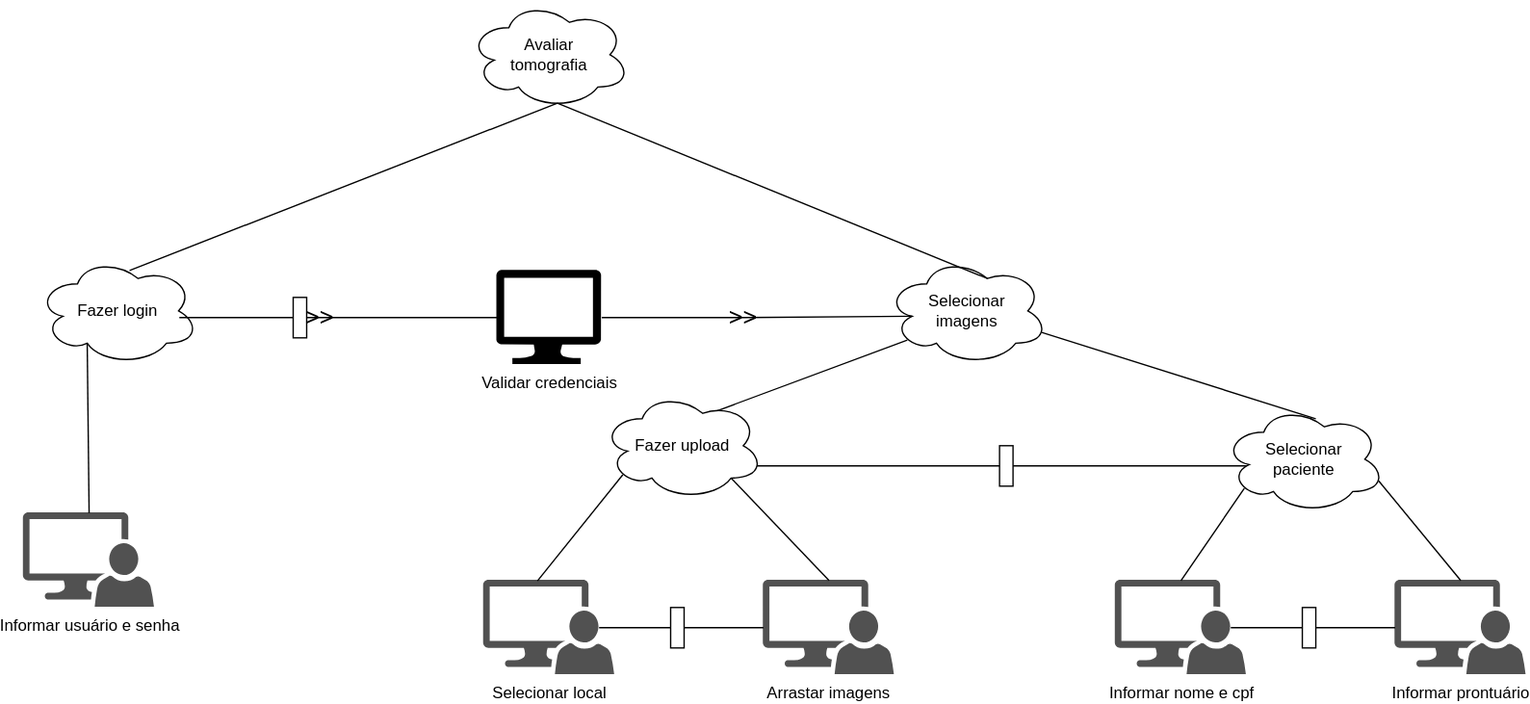
This is assets/05_tarefas/ctt_t01.svg from carvalhosmari/CC8122-Projeto, a draw.io export, as it was before one commit. Source tidied: cells renumbered, new cells last; positions are measured from the earlier drawing's top-left corner, leaving out a move shared by most shapes.
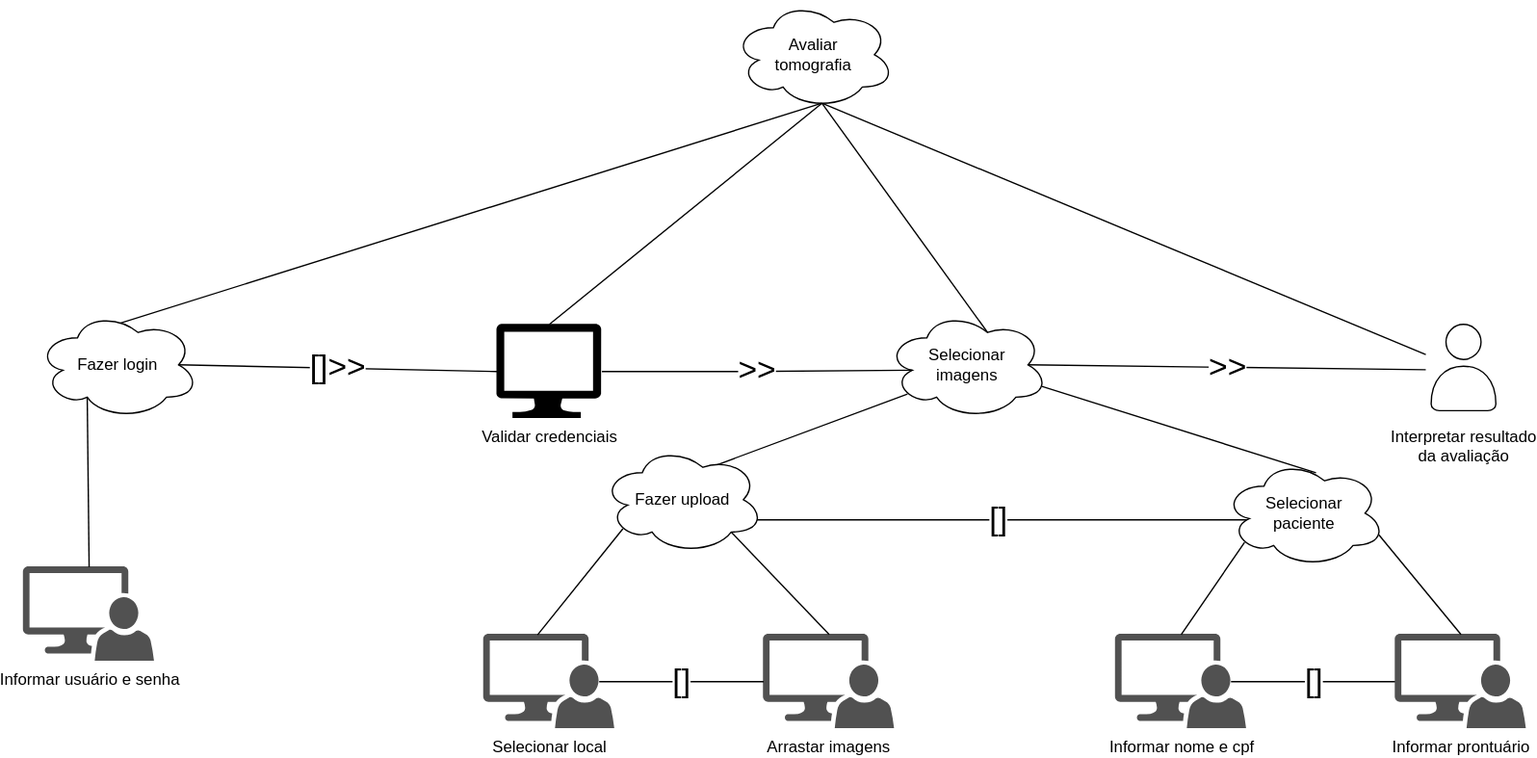
The same file after the commit.

Commit message:
assets: alterando ctt_t01 e removendo ctt_t03

What changed in the source:
```diff
@@ -2,18 +2,21 @@
   <root>
     <mxCell id="0" />
     <mxCell id="1" parent="0" />
-    <mxCell id="2" value="&lt;font style=&quot;font-size: 18px;&quot;&gt;&amp;gt;&amp;gt;&lt;/font&gt;" style="text;html=1;whiteSpace=wrap;strokeColor=none;fillColor=none;align=center;verticalAlign=middle;rounded=0;" parent="1" vertex="1">
-      <mxGeometry x="180" y="215" width="80" height="40" as="geometry" />
-    </mxCell>
+    <mxCell id="36" style="rounded=0;jettySize=auto;html=1;exitX=0.55;exitY=0.95;exitDx=0;exitDy=0;exitPerimeter=0;defaultLabelBackgroundColor=page;endArrow=none;endFill=0;" parent="1" edge="1" source="3" target="40">
+      <mxGeometry relative="1" as="geometry" />
+    </mxCell>
     <mxCell id="3" value="Avaliar&lt;br&gt;tomografia" style="ellipse;shape=cloud;whiteSpace=wrap;html=1;perimeter=cloudPerimeter;" parent="1" vertex="1">
-      <mxGeometry x="330" width="120" height="80" as="geometry" />
+      <mxGeometry x="526.1" y="-40" width="120" height="80" as="geometry" />
     </mxCell>
+    <mxCell id="37" value="&lt;font style=&quot;font-size: 24px;&quot;&gt;&amp;gt;&amp;gt;&lt;/font&gt;" style="rounded=0;jettySize=auto;html=1;exitX=0.875;exitY=0.5;exitDx=0;exitDy=0;exitPerimeter=0;defaultLabelBackgroundColor=page;endArrow=none;endFill=0;" parent="1" edge="1" source="4" target="40">
+      <mxGeometry relative="1" as="geometry" />
+    </mxCell>
     <mxCell id="4" value="Selecionar &lt;br&gt;imagens" style="ellipse;shape=cloud;whiteSpace=wrap;html=1;perimeter=cloudPerimeter;" parent="1" vertex="1">
       <mxGeometry x="640" y="190" width="120" height="80" as="geometry" />
     </mxCell>
     <mxCell id="5" style="rounded=0;jettySize=auto;html=1;exitX=0.55;exitY=0.95;exitDx=0;exitDy=0;exitPerimeter=0;entryX=0.5;entryY=0;entryDx=0;entryDy=0;entryPerimeter=0;defaultLabelBackgroundColor=page;endArrow=none;endFill=0;" parent="1" edge="1" source="3">
       <mxGeometry relative="1" as="geometry">
-        <mxPoint x="78.6" y="200" as="targetPoint" />
+        <mxPoint x="68.6" y="200" as="targetPoint" />
       </mxGeometry>
     </mxCell>
     <mxCell id="6" style="rounded=0;jettySize=auto;html=1;exitX=0.55;exitY=0.95;exitDx=0;exitDy=0;exitPerimeter=0;entryX=0.625;entryY=0.2;entryDx=0;entryDy=0;entryPerimeter=0;defaultLabelBackgroundColor=page;endArrow=none;endFill=0;" parent="1" edge="1" source="3" target="4">
@@ -29,30 +32,21 @@
         <mxPoint x="958.6" y="310" as="targetPoint" />
       </mxGeometry>
     </mxCell>
-    <mxCell id="9" style="edgeStyle=orthogonalEdgeStyle;rounded=0;orthogonalLoop=1;jettySize=auto;html=1;exitX=0.88;exitY=0.5;exitDx=0;exitDy=0;exitPerimeter=0;entryX=0;entryY=0.5;entryDx=0;entryDy=0;entryPerimeter=0;defaultLabelBackgroundColor=page;endArrow=none;endFill=0;" parent="1" edge="1">
+    <mxCell id="9" value="&lt;font style=&quot;font-size: 24px;&quot;&gt;[]&lt;/font&gt;" style="edgeStyle=orthogonalEdgeStyle;rounded=0;orthogonalLoop=1;jettySize=auto;html=1;exitX=0.88;exitY=0.5;exitDx=0;exitDy=0;exitPerimeter=0;entryX=0;entryY=0.5;entryDx=0;entryDy=0;entryPerimeter=0;defaultLabelBackgroundColor=page;endArrow=none;endFill=0;" parent="1" edge="1">
       <mxGeometry relative="1" as="geometry">
         <mxPoint x="535.6" y="345" as="sourcePoint" />
         <mxPoint x="910" y="345" as="targetPoint" />
       </mxGeometry>
     </mxCell>
-    <mxCell id="10" style="rounded=0;whiteSpace=wrap;html=1;" parent="1" vertex="1">
-      <mxGeometry x="724" y="330" width="10" height="30" as="geometry" />
-    </mxCell>
     <mxCell id="11" value="Selecionar local" style="sketch=0;shadow=0;dashed=0;html=1;strokeColor=none;labelPosition=center;verticalLabelPosition=bottom;verticalAlign=top;align=center;fillColor=#515151;shape=mxgraph.mscae.system_center.admin_console;labelPerimeter=1;" parent="1" vertex="1">
       <mxGeometry x="341.4" y="430" width="97.2" height="70" as="geometry" />
     </mxCell>
     <mxCell id="12" value="Validar credenciais" style="sketch=0;shadow=0;dashed=0;html=1;strokeColor=none;labelPosition=center;verticalLabelPosition=bottom;verticalAlign=top;align=center;fillColor=light-dark(#000000, #bfd3ff);shape=mxgraph.azure.computer;labelPerimeter=1;" parent="1" vertex="1">
       <mxGeometry x="351.1" y="200" width="77.8" height="70" as="geometry" />
     </mxCell>
-    <mxCell id="13" style="edgeStyle=orthogonalEdgeStyle;rounded=0;jettySize=auto;html=1;entryX=0;entryY=0.5;entryDx=0;entryDy=0;entryPerimeter=0;defaultLabelBackgroundColor=page;endArrow=none;endFill=0;" parent="1" edge="1" source="35" target="12">
-      <mxGeometry relative="1" as="geometry" />
-    </mxCell>
-    <mxCell id="14" style="edgeStyle=orthogonalEdgeStyle;rounded=0;jettySize=auto;html=1;exitX=1;exitY=0.5;exitDx=0;exitDy=0;exitPerimeter=0;entryX=0.16;entryY=0.55;entryDx=0;entryDy=0;entryPerimeter=0;defaultLabelBackgroundColor=page;endArrow=none;endFill=0;" parent="1" edge="1" source="12" target="4">
+    <mxCell id="14" value="&lt;font style=&quot;font-size: 24px;&quot;&gt;&amp;gt;&amp;gt;&lt;/font&gt;" style="edgeStyle=orthogonalEdgeStyle;rounded=0;jettySize=auto;html=1;exitX=1;exitY=0.5;exitDx=0;exitDy=0;exitPerimeter=0;entryX=0.16;entryY=0.55;entryDx=0;entryDy=0;entryPerimeter=0;defaultLabelBackgroundColor=page;endArrow=none;endFill=0;" parent="1" edge="1" source="12" target="4">
       <mxGeometry relative="1" as="geometry" />
     </mxCell>
-    <mxCell id="15" value="&lt;font style=&quot;font-size: 18px;&quot;&gt;&amp;gt;&amp;gt;&lt;/font&gt;" style="text;html=1;whiteSpace=wrap;strokeColor=none;fillColor=none;align=center;verticalAlign=middle;rounded=0;" parent="1" vertex="1">
-      <mxGeometry x="494" y="215" width="80" height="40" as="geometry" />
-    </mxCell>
     <mxCell id="16" value="Fazer upload" style="ellipse;shape=cloud;whiteSpace=wrap;html=1;perimeter=cloudPerimeter;" parent="1" vertex="1">
       <mxGeometry x="428.9" y="290" width="120" height="80" as="geometry" />
     </mxCell>
@@ -62,36 +56,21 @@
     <mxCell id="18" value="Arrastar imagens" style="sketch=0;shadow=0;dashed=0;html=1;strokeColor=none;labelPosition=center;verticalLabelPosition=bottom;verticalAlign=top;align=center;fillColor=#515151;shape=mxgraph.mscae.system_center.admin_console;labelPerimeter=1;" parent="1" vertex="1">
       <mxGeometry x="548.9" y="430" width="97.2" height="70" as="geometry" />
     </mxCell>
-    <mxCell id="19" style="edgeStyle=orthogonalEdgeStyle;rounded=0;jettySize=auto;html=1;entryX=0;entryY=0.5;entryDx=0;entryDy=0;entryPerimeter=0;defaultLabelBackgroundColor=page;endArrow=none;endFill=0;" parent="1" edge="1" source="21" target="18">
-      <mxGeometry relative="1" as="geometry" />
-    </mxCell>
-    <mxCell id="20" style="edgeStyle=orthogonalEdgeStyle;rounded=0;jettySize=auto;html=1;exitX=0.88;exitY=0.5;exitDx=0;exitDy=0;exitPerimeter=0;defaultLabelBackgroundColor=page;endArrow=none;endFill=0;" parent="1" edge="1" source="11" target="21">
-      <mxGeometry relative="1" as="geometry" />
-    </mxCell>
-    <mxCell id="21" style="rounded=0;whiteSpace=wrap;html=1;" parent="1" vertex="1">
-      <mxGeometry x="480" y="450" width="10" height="30" as="geometry" />
-    </mxCell>
     <mxCell id="22" style="rounded=0;jettySize=auto;html=1;exitX=0.13;exitY=0.77;exitDx=0;exitDy=0;exitPerimeter=0;entryX=0.41;entryY=0.003;entryDx=0;entryDy=0;entryPerimeter=0;defaultLabelBackgroundColor=page;endArrow=none;endFill=0;" parent="1" edge="1" source="16" target="11">
       <mxGeometry relative="1" as="geometry" />
     </mxCell>
     <mxCell id="23" style="rounded=0;jettySize=auto;html=1;exitX=0.8;exitY=0.8;exitDx=0;exitDy=0;exitPerimeter=0;entryX=0.5;entryY=0;entryDx=0;entryDy=0;entryPerimeter=0;defaultLabelBackgroundColor=page;endArrow=none;endFill=0;" parent="1" edge="1" source="16" target="18">
       <mxGeometry relative="1" as="geometry" />
     </mxCell>
+    <mxCell id="38" value="&lt;font style=&quot;font-size: 24px;&quot;&gt;[]&lt;/font&gt;" style="edgeStyle=orthogonalEdgeStyle;rounded=0;jettySize=auto;html=1;exitX=0.88;exitY=0.5;exitDx=0;exitDy=0;exitPerimeter=0;defaultLabelBackgroundColor=page;endArrow=none;endFill=0;" parent="1" edge="1" source="24" target="25">
+      <mxGeometry relative="1" as="geometry" />
+    </mxCell>
     <mxCell id="24" value="Informar nome e cpf" style="sketch=0;shadow=0;dashed=0;html=1;strokeColor=none;labelPosition=center;verticalLabelPosition=bottom;verticalAlign=top;align=center;fillColor=#515151;shape=mxgraph.mscae.system_center.admin_console;labelPerimeter=1;" parent="1" vertex="1">
       <mxGeometry x="810" y="430" width="97.2" height="70" as="geometry" />
     </mxCell>
     <mxCell id="25" value="Informar prontuário" style="sketch=0;shadow=0;dashed=0;html=1;strokeColor=none;labelPosition=center;verticalLabelPosition=bottom;verticalAlign=top;align=center;fillColor=#515151;shape=mxgraph.mscae.system_center.admin_console;labelPerimeter=1;" parent="1" vertex="1">
       <mxGeometry x="1017.5" y="430" width="97.2" height="70" as="geometry" />
     </mxCell>
-    <mxCell id="26" style="edgeStyle=orthogonalEdgeStyle;rounded=0;jettySize=auto;html=1;entryX=0;entryY=0.5;entryDx=0;entryDy=0;entryPerimeter=0;defaultLabelBackgroundColor=page;endArrow=none;endFill=0;" parent="1" edge="1" source="28" target="25">
-      <mxGeometry relative="1" as="geometry" />
-    </mxCell>
-    <mxCell id="27" style="edgeStyle=orthogonalEdgeStyle;rounded=0;jettySize=auto;html=1;exitX=0.88;exitY=0.5;exitDx=0;exitDy=0;exitPerimeter=0;defaultLabelBackgroundColor=page;endArrow=none;endFill=0;" parent="1" edge="1" source="24" target="28">
-      <mxGeometry relative="1" as="geometry" />
-    </mxCell>
-    <mxCell id="28" style="rounded=0;whiteSpace=wrap;html=1;" parent="1" vertex="1">
-      <mxGeometry x="948.6" y="450" width="10" height="30" as="geometry" />
-    </mxCell>
     <mxCell id="29" style="rounded=0;jettySize=auto;html=1;exitX=0.13;exitY=0.77;exitDx=0;exitDy=0;exitPerimeter=0;entryX=0.5;entryY=0;entryDx=0;entryDy=0;entryPerimeter=0;defaultLabelBackgroundColor=page;endArrow=none;endFill=0;" parent="1" edge="1" source="17" target="24">
       <mxGeometry relative="1" as="geometry" />
     </mxCell>
@@ -107,13 +86,17 @@
     <mxCell id="33" style="rounded=0;jettySize=auto;html=1;exitX=0.31;exitY=0.8;exitDx=0;exitDy=0;exitPerimeter=0;entryX=0.5;entryY=0;entryDx=0;entryDy=0;entryPerimeter=0;defaultLabelBackgroundColor=page;endArrow=none;endFill=0;" parent="1" edge="1" source="31" target="32">
       <mxGeometry relative="1" as="geometry" />
     </mxCell>
-    <mxCell id="34" style="edgeStyle=orthogonalEdgeStyle;rounded=0;jettySize=auto;html=1;exitX=0.88;exitY=0.5;exitDx=0;exitDy=0;exitPerimeter=0;defaultLabelBackgroundColor=page;endArrow=none;endFill=0;" parent="1" edge="1" target="35">
-      <mxGeometry relative="1" as="geometry">
-        <mxPoint x="115.6" y="235" as="sourcePoint" />
-      </mxGeometry>
-    </mxCell>
-    <mxCell id="35" style="rounded=0;whiteSpace=wrap;html=1;" parent="1" vertex="1">
-      <mxGeometry x="200" y="220" width="10" height="30" as="geometry" />
-    </mxCell>
+    <mxCell id="39" style="rounded=0;jettySize=auto;html=1;exitX=0.55;exitY=0.95;exitDx=0;exitDy=0;exitPerimeter=0;entryX=0.5;entryY=0;entryDx=0;entryDy=0;entryPerimeter=0;defaultLabelBackgroundColor=page;endArrow=none;endFill=0;" parent="1" edge="1" source="3" target="12">
+      <mxGeometry relative="1" as="geometry" />
+    </mxCell>
+    <mxCell id="40" value="Interpretar resultado &lt;br&gt;da avaliação" style="shape=mermaidUsecaseActor;actorType=awesome;verticalLabelPosition=bottom;verticalAlign=top;html=1;outlineConnect=0;labelPerimeter=1;" parent="1" vertex="1">
+      <mxGeometry x="1040" y="198" width="56" height="72" as="geometry" />
+    </mxCell>
+    <mxCell id="41" value="&lt;font style=&quot;font-size: 24px;&quot;&gt;[]&amp;gt;&amp;gt;&lt;/font&gt;" style="rounded=0;jettySize=auto;html=1;exitX=0.875;exitY=0.5;exitDx=0;exitDy=0;exitPerimeter=0;entryX=0;entryY=0.5;entryDx=0;entryDy=0;entryPerimeter=0;defaultLabelBackgroundColor=page;endArrow=none;endFill=0;" parent="1" edge="1" source="31" target="12">
+      <mxGeometry relative="1" as="geometry" />
+    </mxCell>
+    <mxCell id="42" value="&lt;font style=&quot;font-size: 24px;&quot;&gt;[]&lt;/font&gt;" style="rounded=0;jettySize=auto;html=1;exitX=0.88;exitY=0.5;exitDx=0;exitDy=0;exitPerimeter=0;entryX=0;entryY=0.5;entryDx=0;entryDy=0;entryPerimeter=0;defaultLabelBackgroundColor=page;endArrow=none;endFill=0;" parent="1" edge="1" source="11" target="18">
+      <mxGeometry relative="1" as="geometry" />
+    </mxCell>
   </root>
 </mxGraphModel>
```
